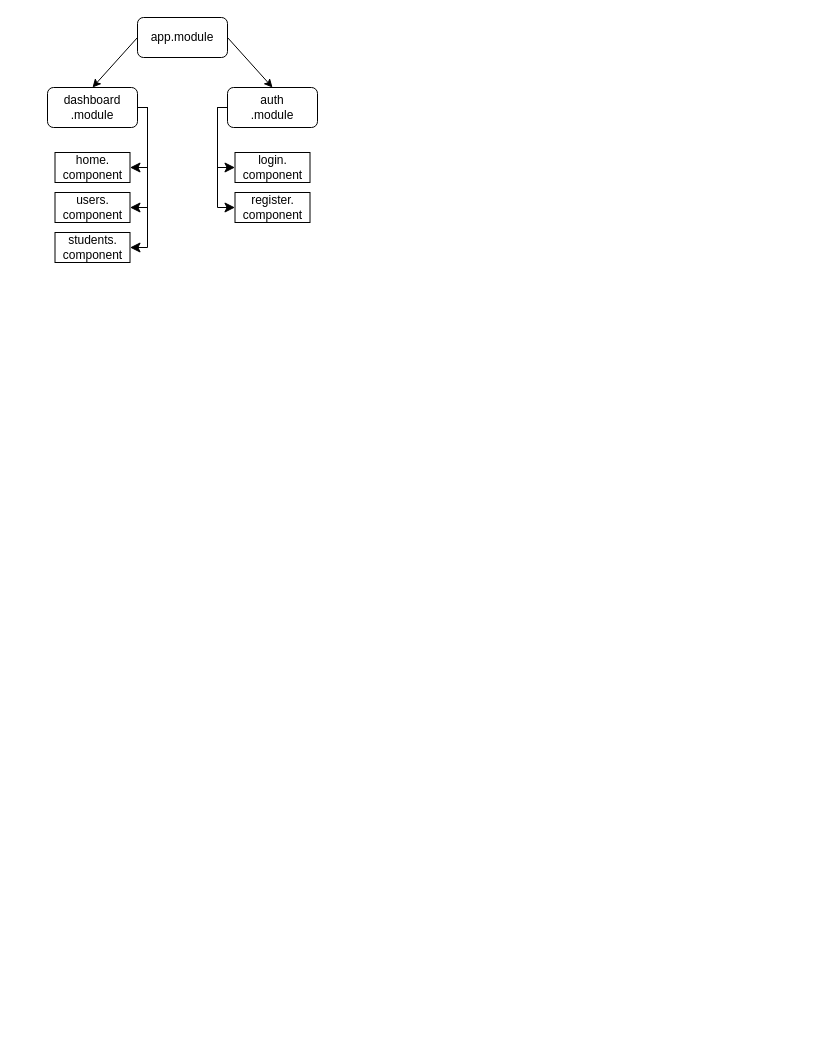
Earlier version of the draw.io diagram docs/structure.drawio (marianoalfonso/CollegeManager). Source tidied: cells renumbered, new cells numbered last; positions are measured from the earlier drawing's top-left corner, leaving out a move shared by most shapes. Both pictures are drawn from the tidied source at 100%, with x=0, y=0 at pixel (47, 17).
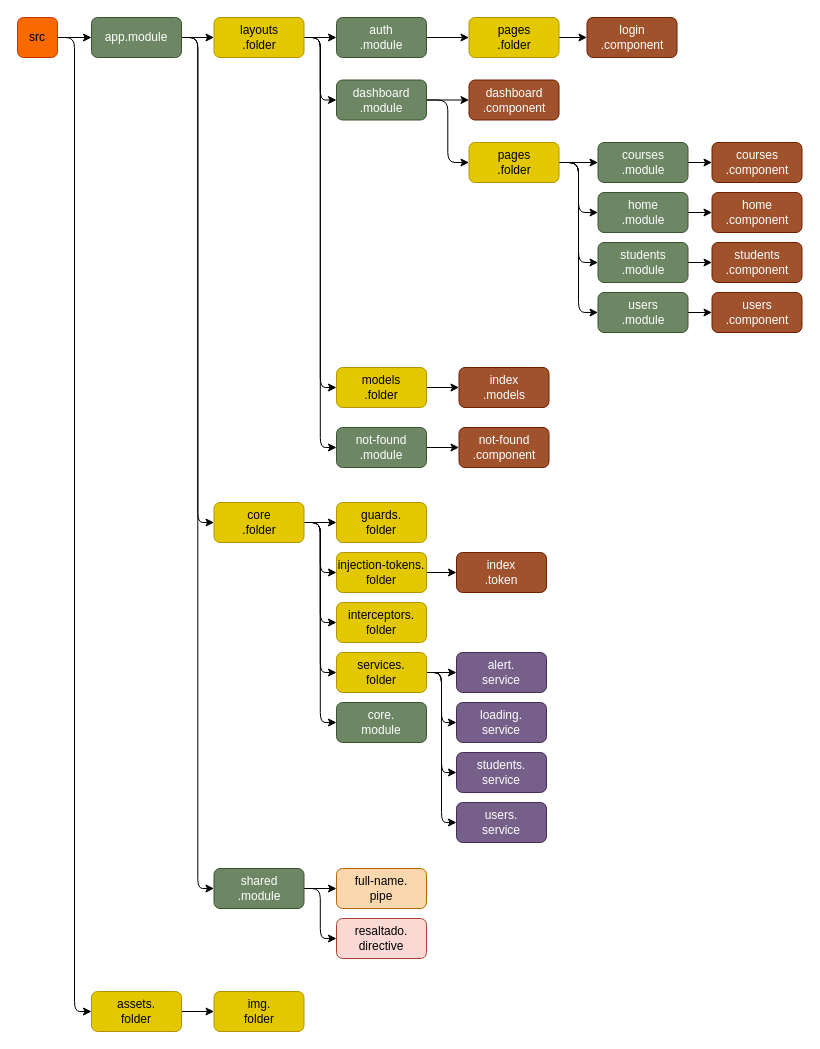
Above is the later version.

Commit message (it also covers changes not shown here):
unit testing

What changed in the source:
```diff
@@
-    <mxCell id="2" style="edgeStyle=none;html=1;exitX=0;exitY=0.5;exitDx=0;exitDy=0;entryX=0.5;entryY=0;entryDx=0;entryDy=0;" parent="1" edge="1" source="4" target="5">
-      <mxGeometry relative="1" as="geometry" />
-    </mxCell>
-    <mxCell id="3" style="edgeStyle=none;html=1;exitX=1;exitY=0.5;exitDx=0;exitDy=0;entryX=0.5;entryY=0;entryDx=0;entryDy=0;" parent="1" edge="1" source="4" target="6">
-      <mxGeometry relative="1" as="geometry" />
-    </mxCell>
+    <mxCell id="17" style="edgeStyle=orthogonalEdgeStyle;html=1;exitX=1;exitY=0.5;exitDx=0;exitDy=0;entryX=0;entryY=0.5;entryDx=0;entryDy=0;" parent="1" edge="1" source="4" target="33">
+      <mxGeometry relative="1" as="geometry" />
+    </mxCell>
+    <mxCell id="18" style="edgeStyle=orthogonalEdgeStyle;html=1;exitX=1;exitY=0.5;exitDx=0;exitDy=0;entryX=0;entryY=0.5;entryDx=0;entryDy=0;" parent="1" edge="1" source="4" target="28">
+      <mxGeometry relative="1" as="geometry" />
+    </mxCell>
+    <mxCell id="19" style="edgeStyle=orthogonalEdgeStyle;html=1;exitX=1;exitY=0.5;exitDx=0;exitDy=0;entryX=0;entryY=0.5;entryDx=0;entryDy=0;" parent="1" edge="1" source="4" target="77">
+      <mxGeometry relative="1" as="geometry" />
+    </mxCell>
-    <mxCell id="4" value="app.module" style="rounded=1;whiteSpace=wrap;html=1;" parent="1" vertex="1">
-      <mxGeometry x="90" width="90" height="40" as="geometry" />
+    <mxCell id="4" value="app.module" style="rounded=1;whiteSpace=wrap;html=1;fillColor=#6d8764;fontColor=#ffffff;strokeColor=#3A5431;" parent="1" vertex="1">
+      <mxGeometry x="44" width="90" height="40" as="geometry" />
     </mxCell>
+    <mxCell id="20" style="edgeStyle=orthogonalEdgeStyle;html=1;exitX=1;exitY=0.5;exitDx=0;exitDy=0;entryX=0;entryY=0.5;entryDx=0;entryDy=0;" parent="1" edge="1" source="5" target="42">
+      <mxGeometry relative="1" as="geometry" />
+    </mxCell>
+    <mxCell id="21" style="edgeStyle=orthogonalEdgeStyle;html=1;exitX=1;exitY=0.5;exitDx=0;exitDy=0;entryX=0;entryY=0.5;entryDx=0;entryDy=0;" parent="1" edge="1" source="5" target="41">
+      <mxGeometry relative="1" as="geometry" />
+    </mxCell>
-    <mxCell id="5" value="dashboard&lt;br&gt;.module" style="rounded=1;whiteSpace=wrap;html=1;" parent="1" vertex="1">
-      <mxGeometry y="70" width="90" height="40" as="geometry" />
+    <mxCell id="5" value="dashboard&lt;br&gt;.module" style="rounded=1;whiteSpace=wrap;html=1;fillColor=#6d8764;fontColor=#ffffff;strokeColor=#3A5431;" parent="1" vertex="1">
+      <mxGeometry x="289" y="62.5" width="90" height="40" as="geometry" />
     </mxCell>
+    <mxCell id="22" style="edgeStyle=orthogonalEdgeStyle;html=1;exitX=1;exitY=0.5;exitDx=0;exitDy=0;entryX=0;entryY=0.5;entryDx=0;entryDy=0;" parent="1" edge="1" source="6" target="35">
+      <mxGeometry relative="1" as="geometry" />
+    </mxCell>
-    <mxCell id="6" value="auth&lt;br&gt;.module" style="rounded=1;whiteSpace=wrap;html=1;" parent="1" vertex="1">
-      <mxGeometry x="180" y="70" width="90" height="40" as="geometry" />
+    <mxCell id="6" value="auth&lt;br&gt;.module" style="rounded=1;whiteSpace=wrap;html=1;fillColor=#6d8764;fontColor=#ffffff;strokeColor=#3A5431;" parent="1" vertex="1">
+      <mxGeometry x="289" width="90" height="40" as="geometry" />
     </mxCell>
-    <mxCell id="7" value="home.&lt;br&gt;component" style="rounded=0;whiteSpace=wrap;html=1;" parent="1" vertex="1">
-      <mxGeometry x="7.5" y="135" width="75" height="30" as="geometry" />
-    </mxCell>
-    <mxCell id="8" value="users.&lt;br&gt;component" style="rounded=0;whiteSpace=wrap;html=1;" parent="1" vertex="1">
-      <mxGeometry x="7.5" y="175" width="75" height="30" as="geometry" />
-    </mxCell>
-    <mxCell id="9" value="students.&lt;br&gt;component" style="rounded=0;whiteSpace=wrap;html=1;" parent="1" vertex="1">
-      <mxGeometry x="7.5" y="215" width="75" height="30" as="geometry" />
-    </mxCell>
-    <mxCell id="10" value="login.&lt;br&gt;component" style="rounded=0;whiteSpace=wrap;html=1;" parent="1" vertex="1">
-      <mxGeometry x="187.5" y="135" width="75" height="30" as="geometry" />
-    </mxCell>
-    <mxCell id="11" value="register.&lt;br&gt;component" style="rounded=0;whiteSpace=wrap;html=1;" parent="1" vertex="1">
-      <mxGeometry x="187.5" y="175" width="75" height="30" as="geometry" />
-    </mxCell>
-    <mxCell id="12" style="edgeStyle=elbowEdgeStyle;elbow=horizontal;endArrow=classic;html=1;curved=0;rounded=0;endSize=8;startSize=8;entryX=1;entryY=0.5;entryDx=0;entryDy=0;" parent="1" edge="1" target="9">
-      <mxGeometry relative="1" as="geometry">
-        <mxPoint x="90" y="90" as="sourcePoint" />
-        <Array as="points">
-          <mxPoint x="100" y="160" />
-        </Array>
-      </mxGeometry>
-    </mxCell>
-    <mxCell id="13" style="edgeStyle=elbowEdgeStyle;elbow=horizontal;endArrow=classic;html=1;curved=0;rounded=0;endSize=8;startSize=8;exitX=1;exitY=0.5;exitDx=0;exitDy=0;entryX=1;entryY=0.5;entryDx=0;entryDy=0;" parent="1" edge="1" source="5" target="8">
-      <mxGeometry relative="1" as="geometry">
-        <Array as="points">
-          <mxPoint x="100" y="120" />
-        </Array>
-      </mxGeometry>
-    </mxCell>
-    <mxCell id="14" style="edgeStyle=elbowEdgeStyle;elbow=horizontal;endArrow=classic;html=1;curved=0;rounded=0;endSize=8;startSize=8;exitX=1;exitY=0.5;exitDx=0;exitDy=0;entryX=1;entryY=0.5;entryDx=0;entryDy=0;" parent="1" edge="1" source="5" target="7">
-      <mxGeometry relative="1" as="geometry">
-        <Array as="points">
-          <mxPoint x="100" y="140" />
-        </Array>
-      </mxGeometry>
-    </mxCell>
-    <mxCell id="15" style="edgeStyle=elbowEdgeStyle;elbow=vertical;endArrow=classic;html=1;curved=0;rounded=0;endSize=8;startSize=8;exitX=0;exitY=0.5;exitDx=0;exitDy=0;entryX=0;entryY=0.5;entryDx=0;entryDy=0;" parent="1" edge="1" source="6" target="11">
-      <mxGeometry relative="1" as="geometry">
-        <Array as="points">
-          <mxPoint x="170" y="140" />
-        </Array>
-      </mxGeometry>
-    </mxCell>
-    <mxCell id="16" style="edgeStyle=elbowEdgeStyle;elbow=horizontal;endArrow=classic;html=1;curved=0;rounded=0;endSize=8;startSize=8;exitX=0;exitY=0.5;exitDx=0;exitDy=0;entryX=0;entryY=0.5;entryDx=0;entryDy=0;" parent="1" edge="1" source="6" target="10">
-      <mxGeometry relative="1" as="geometry">
-        <Array as="points">
-          <mxPoint x="170" y="130" />
-        </Array>
-      </mxGeometry>
-    </mxCell>
+    <mxCell id="23" style="edgeStyle=orthogonalEdgeStyle;html=1;exitX=1;exitY=0.5;exitDx=0;exitDy=0;entryX=0;entryY=0.5;entryDx=0;entryDy=0;" parent="1" edge="1" source="28" target="61">
+      <mxGeometry relative="1" as="geometry" />
+    </mxCell>
+    <mxCell id="24" style="edgeStyle=orthogonalEdgeStyle;html=1;exitX=1;exitY=0.5;exitDx=0;exitDy=0;entryX=0;entryY=0.5;entryDx=0;entryDy=0;" parent="1" edge="1" source="28" target="63">
+      <mxGeometry relative="1" as="geometry" />
+    </mxCell>
+    <mxCell id="25" style="edgeStyle=orthogonalEdgeStyle;html=1;exitX=1;exitY=0.5;exitDx=0;exitDy=0;entryX=0;entryY=0.5;entryDx=0;entryDy=0;" parent="1" edge="1" source="28" target="64">
+      <mxGeometry relative="1" as="geometry" />
+    </mxCell>
+    <mxCell id="26" style="edgeStyle=orthogonalEdgeStyle;html=1;exitX=1;exitY=0.5;exitDx=0;exitDy=0;entryX=0;entryY=0.5;entryDx=0;entryDy=0;" parent="1" edge="1" source="28" target="69">
+      <mxGeometry relative="1" as="geometry" />
+    </mxCell>
+    <mxCell id="27" style="edgeStyle=orthogonalEdgeStyle;html=1;exitX=1;exitY=0.5;exitDx=0;exitDy=0;entryX=0;entryY=0.5;entryDx=0;entryDy=0;fontColor=#000000;" parent="1" edge="1" source="28" target="86">
+      <mxGeometry relative="1" as="geometry" />
+    </mxCell>
+    <mxCell id="28" value="core&lt;br&gt;.folder" style="rounded=1;whiteSpace=wrap;html=1;fillColor=#e3c800;fontColor=#000000;strokeColor=#B09500;" parent="1" vertex="1">
+      <mxGeometry x="166.5" y="485" width="90" height="40" as="geometry" />
+    </mxCell>
+    <mxCell id="29" style="edgeStyle=orthogonalEdgeStyle;html=1;exitX=1;exitY=0.5;exitDx=0;exitDy=0;entryX=0;entryY=0.5;entryDx=0;entryDy=0;" parent="1" edge="1" source="33" target="6">
+      <mxGeometry relative="1" as="geometry" />
+    </mxCell>
+    <mxCell id="30" style="edgeStyle=orthogonalEdgeStyle;html=1;exitX=1;exitY=0.5;exitDx=0;exitDy=0;entryX=0;entryY=0.5;entryDx=0;entryDy=0;" parent="1" edge="1" source="33" target="5">
+      <mxGeometry relative="1" as="geometry" />
+    </mxCell>
+    <mxCell id="31" style="edgeStyle=orthogonalEdgeStyle;html=1;exitX=1;exitY=0.5;exitDx=0;exitDy=0;entryX=0;entryY=0.5;entryDx=0;entryDy=0;" parent="1" edge="1" source="33" target="56">
+      <mxGeometry relative="1" as="geometry" />
+    </mxCell>
+    <mxCell id="32" style="edgeStyle=orthogonalEdgeStyle;html=1;exitX=1;exitY=0.5;exitDx=0;exitDy=0;entryX=0;entryY=0.5;entryDx=0;entryDy=0;" parent="1" edge="1" source="33" target="59">
+      <mxGeometry relative="1" as="geometry" />
+    </mxCell>
+    <mxCell id="33" value="layouts&lt;br&gt;.folder" style="rounded=1;whiteSpace=wrap;html=1;fillColor=#e3c800;fontColor=#000000;strokeColor=#B09500;" parent="1" vertex="1">
+      <mxGeometry x="166.5" width="90" height="40" as="geometry" />
+    </mxCell>
+    <mxCell id="34" style="edgeStyle=orthogonalEdgeStyle;html=1;entryX=0;entryY=0.5;entryDx=0;entryDy=0;exitX=1;exitY=0.5;exitDx=0;exitDy=0;" parent="1" edge="1" source="35" target="36">
+      <mxGeometry relative="1" as="geometry" />
+    </mxCell>
+    <mxCell id="35" value="pages&lt;br&gt;.folder" style="rounded=1;whiteSpace=wrap;html=1;fillColor=#e3c800;fontColor=#000000;strokeColor=#B09500;" parent="1" vertex="1">
+      <mxGeometry x="421.5" width="90" height="40" as="geometry" />
+    </mxCell>
+    <mxCell id="36" value="login&lt;br&gt;.component" style="rounded=1;whiteSpace=wrap;html=1;fillColor=#a0522d;fontColor=#ffffff;strokeColor=#6D1F00;" parent="1" vertex="1">
+      <mxGeometry x="539.5" width="90" height="40" as="geometry" />
+    </mxCell>
+    <mxCell id="37" style="edgeStyle=orthogonalEdgeStyle;html=1;exitX=1;exitY=0.5;exitDx=0;exitDy=0;entryX=0;entryY=0.5;entryDx=0;entryDy=0;" parent="1" edge="1" source="41" target="45">
+      <mxGeometry relative="1" as="geometry" />
+    </mxCell>
+    <mxCell id="38" style="edgeStyle=orthogonalEdgeStyle;html=1;exitX=1;exitY=0.5;exitDx=0;exitDy=0;entryX=0;entryY=0.5;entryDx=0;entryDy=0;" parent="1" edge="1" source="41" target="48">
+      <mxGeometry relative="1" as="geometry" />
+    </mxCell>
+    <mxCell id="39" style="edgeStyle=orthogonalEdgeStyle;html=1;exitX=1;exitY=0.5;exitDx=0;exitDy=0;entryX=0;entryY=0.5;entryDx=0;entryDy=0;" parent="1" edge="1" source="41" target="51">
+      <mxGeometry relative="1" as="geometry" />
+    </mxCell>
+    <mxCell id="40" style="edgeStyle=orthogonalEdgeStyle;html=1;exitX=1;exitY=0.5;exitDx=0;exitDy=0;entryX=0;entryY=0.5;entryDx=0;entryDy=0;" parent="1" edge="1" source="41" target="54">
+      <mxGeometry relative="1" as="geometry" />
+    </mxCell>
+    <mxCell id="41" value="pages&lt;br&gt;.folder" style="rounded=1;whiteSpace=wrap;html=1;fillColor=#e3c800;fontColor=#000000;strokeColor=#B09500;" parent="1" vertex="1">
+      <mxGeometry x="421.5" y="125" width="90" height="40" as="geometry" />
+    </mxCell>
+    <mxCell id="42" value="dashboard&lt;br&gt;.component" style="rounded=1;whiteSpace=wrap;html=1;fillColor=#a0522d;fontColor=#ffffff;strokeColor=#6D1F00;" parent="1" vertex="1">
+      <mxGeometry x="421.5" y="62.5" width="90" height="40" as="geometry" />
+    </mxCell>
+    <mxCell id="43" value="courses&lt;br&gt;.component" style="rounded=1;whiteSpace=wrap;html=1;fillColor=#a0522d;fontColor=#ffffff;strokeColor=#6D1F00;" parent="1" vertex="1">
+      <mxGeometry x="664.5" y="125" width="90" height="40" as="geometry" />
+    </mxCell>
+    <mxCell id="44" style="edgeStyle=orthogonalEdgeStyle;html=1;exitX=1;exitY=0.5;exitDx=0;exitDy=0;entryX=0;entryY=0.5;entryDx=0;entryDy=0;" parent="1" edge="1" source="45" target="43">
+      <mxGeometry relative="1" as="geometry" />
+    </mxCell>
+    <mxCell id="45" value="courses&lt;br&gt;.module" style="rounded=1;whiteSpace=wrap;html=1;fillColor=#6d8764;fontColor=#ffffff;strokeColor=#3A5431;" parent="1" vertex="1">
+      <mxGeometry x="550.5" y="125" width="90" height="40" as="geometry" />
+    </mxCell>
+    <mxCell id="46" value="home&lt;br&gt;.component" style="rounded=1;whiteSpace=wrap;html=1;fillColor=#a0522d;fontColor=#ffffff;strokeColor=#6D1F00;" parent="1" vertex="1">
+      <mxGeometry x="664.5" y="175" width="90" height="40" as="geometry" />
+    </mxCell>
+    <mxCell id="47" style="edgeStyle=orthogonalEdgeStyle;html=1;exitX=1;exitY=0.5;exitDx=0;exitDy=0;entryX=0;entryY=0.5;entryDx=0;entryDy=0;" parent="1" edge="1" source="48" target="46">
+      <mxGeometry relative="1" as="geometry" />
+    </mxCell>
+    <mxCell id="48" value="home&lt;br&gt;.module" style="rounded=1;whiteSpace=wrap;html=1;fillColor=#6d8764;fontColor=#ffffff;strokeColor=#3A5431;" parent="1" vertex="1">
+      <mxGeometry x="550.5" y="175" width="90" height="40" as="geometry" />
+    </mxCell>
+    <mxCell id="49" value="students&lt;br&gt;.component" style="rounded=1;whiteSpace=wrap;html=1;fillColor=#a0522d;fontColor=#ffffff;strokeColor=#6D1F00;" parent="1" vertex="1">
+      <mxGeometry x="664.5" y="225" width="90" height="40" as="geometry" />
+    </mxCell>
+    <mxCell id="50" style="edgeStyle=orthogonalEdgeStyle;html=1;exitX=1;exitY=0.5;exitDx=0;exitDy=0;entryX=0;entryY=0.5;entryDx=0;entryDy=0;" parent="1" edge="1" source="51" target="49">
+      <mxGeometry relative="1" as="geometry" />
+    </mxCell>
+    <mxCell id="51" value="students&lt;br&gt;.module" style="rounded=1;whiteSpace=wrap;html=1;fillColor=#6d8764;fontColor=#ffffff;strokeColor=#3A5431;" parent="1" vertex="1">
+      <mxGeometry x="550.5" y="225" width="90" height="40" as="geometry" />
+    </mxCell>
+    <mxCell id="52" value="users&lt;br&gt;.component" style="rounded=1;whiteSpace=wrap;html=1;fillColor=#a0522d;fontColor=#ffffff;strokeColor=#6D1F00;" parent="1" vertex="1">
+      <mxGeometry x="664.5" y="275" width="90" height="40" as="geometry" />
+    </mxCell>
+    <mxCell id="53" style="edgeStyle=orthogonalEdgeStyle;html=1;exitX=1;exitY=0.5;exitDx=0;exitDy=0;entryX=0;entryY=0.5;entryDx=0;entryDy=0;" parent="1" edge="1" source="54" target="52">
+      <mxGeometry relative="1" as="geometry" />
+    </mxCell>
+    <mxCell id="54" value="users&lt;br&gt;.module" style="rounded=1;whiteSpace=wrap;html=1;fillColor=#6d8764;fontColor=#ffffff;strokeColor=#3A5431;" parent="1" vertex="1">
+      <mxGeometry x="550.5" y="275" width="90" height="40" as="geometry" />
+    </mxCell>
+    <mxCell id="55" style="edgeStyle=orthogonalEdgeStyle;html=1;exitX=1;exitY=0.5;exitDx=0;exitDy=0;entryX=0;entryY=0.5;entryDx=0;entryDy=0;" parent="1" edge="1" source="56" target="57">
+      <mxGeometry relative="1" as="geometry" />
+    </mxCell>
+    <mxCell id="56" value="models&lt;br&gt;.folder" style="rounded=1;whiteSpace=wrap;html=1;fillColor=#e3c800;fontColor=#000000;strokeColor=#B09500;" parent="1" vertex="1">
+      <mxGeometry x="289" y="350" width="90" height="40" as="geometry" />
+    </mxCell>
+    <mxCell id="57" value="index&lt;br&gt;.models" style="rounded=1;whiteSpace=wrap;html=1;fillColor=#a0522d;fontColor=#ffffff;strokeColor=#6D1F00;" parent="1" vertex="1">
+      <mxGeometry x="411.5" y="350" width="90" height="40" as="geometry" />
+    </mxCell>
+    <mxCell id="58" style="edgeStyle=orthogonalEdgeStyle;html=1;exitX=1;exitY=0.5;exitDx=0;exitDy=0;entryX=0;entryY=0.5;entryDx=0;entryDy=0;" parent="1" edge="1" source="59" target="60">
+      <mxGeometry relative="1" as="geometry" />
+    </mxCell>
+    <mxCell id="59" value="not-found&lt;br&gt;.module" style="rounded=1;whiteSpace=wrap;html=1;fillColor=#6d8764;fontColor=#ffffff;strokeColor=#3A5431;" parent="1" vertex="1">
+      <mxGeometry x="289" y="410" width="90" height="40" as="geometry" />
+    </mxCell>
+    <mxCell id="60" value="not-found&lt;br&gt;.component" style="rounded=1;whiteSpace=wrap;html=1;fillColor=#a0522d;fontColor=#ffffff;strokeColor=#6D1F00;" parent="1" vertex="1">
+      <mxGeometry x="411.5" y="410" width="90" height="40" as="geometry" />
+    </mxCell>
+    <mxCell id="61" value="guards.&lt;br&gt;folder" style="rounded=1;whiteSpace=wrap;html=1;fillColor=#e3c800;fontColor=#000000;strokeColor=#B09500;" parent="1" vertex="1">
+      <mxGeometry x="289" y="485" width="90" height="40" as="geometry" />
+    </mxCell>
+    <mxCell id="62" style="edgeStyle=orthogonalEdgeStyle;html=1;exitX=1;exitY=0.5;exitDx=0;exitDy=0;" parent="1" edge="1" source="63" target="70">
+      <mxGeometry relative="1" as="geometry" />
+    </mxCell>
+    <mxCell id="63" value="injection-tokens.&lt;br&gt;folder" style="rounded=1;whiteSpace=wrap;html=1;fillColor=#e3c800;fontColor=#000000;strokeColor=#B09500;" parent="1" vertex="1">
+      <mxGeometry x="289" y="535" width="90" height="40" as="geometry" />
+    </mxCell>
+    <mxCell id="64" value="interceptors. folder" style="rounded=1;whiteSpace=wrap;html=1;fillColor=#e3c800;fontColor=#000000;strokeColor=#B09500;" parent="1" vertex="1">
+      <mxGeometry x="289" y="585" width="90" height="40" as="geometry" />
+    </mxCell>
+    <mxCell id="65" style="edgeStyle=orthogonalEdgeStyle;html=1;exitX=1;exitY=0.5;exitDx=0;exitDy=0;entryX=0;entryY=0.5;entryDx=0;entryDy=0;" parent="1" edge="1" source="69" target="71">
+      <mxGeometry relative="1" as="geometry" />
+    </mxCell>
+    <mxCell id="66" style="edgeStyle=orthogonalEdgeStyle;html=1;exitX=1;exitY=0.5;exitDx=0;exitDy=0;entryX=0;entryY=0.5;entryDx=0;entryDy=0;" parent="1" edge="1" source="69" target="72">
+      <mxGeometry relative="1" as="geometry" />
+    </mxCell>
+    <mxCell id="67" style="edgeStyle=orthogonalEdgeStyle;html=1;exitX=1;exitY=0.5;exitDx=0;exitDy=0;entryX=0;entryY=0.5;entryDx=0;entryDy=0;" parent="1" edge="1" source="69" target="73">
+      <mxGeometry relative="1" as="geometry" />
+    </mxCell>
+    <mxCell id="68" style="edgeStyle=orthogonalEdgeStyle;html=1;exitX=1;exitY=0.5;exitDx=0;exitDy=0;entryX=0;entryY=0.5;entryDx=0;entryDy=0;" parent="1" edge="1" source="69" target="74">
+      <mxGeometry relative="1" as="geometry" />
+    </mxCell>
+    <mxCell id="69" value="services.&lt;br&gt;folder" style="rounded=1;whiteSpace=wrap;html=1;fillColor=#e3c800;fontColor=#000000;strokeColor=#B09500;" parent="1" vertex="1">
+      <mxGeometry x="289" y="635" width="90" height="40" as="geometry" />
+    </mxCell>
+    <mxCell id="70" value="index&lt;br&gt;.token" style="rounded=1;whiteSpace=wrap;html=1;fillColor=#a0522d;fontColor=#ffffff;strokeColor=#6D1F00;" parent="1" vertex="1">
+      <mxGeometry x="409" y="535" width="90" height="40" as="geometry" />
+    </mxCell>
+    <mxCell id="71" value="alert.&lt;br&gt;service" style="rounded=1;whiteSpace=wrap;html=1;fillColor=#76608a;fontColor=#ffffff;strokeColor=#432D57;" parent="1" vertex="1">
+      <mxGeometry x="409" y="635" width="90" height="40" as="geometry" />
+    </mxCell>
+    <mxCell id="72" value="loading.&lt;br&gt;service" style="rounded=1;whiteSpace=wrap;html=1;fillColor=#76608a;fontColor=#ffffff;strokeColor=#432D57;" parent="1" vertex="1">
+      <mxGeometry x="409" y="685" width="90" height="40" as="geometry" />
+    </mxCell>
+    <mxCell id="73" value="students.&lt;br&gt;service" style="rounded=1;whiteSpace=wrap;html=1;fillColor=#76608a;fontColor=#ffffff;strokeColor=#432D57;" parent="1" vertex="1">
+      <mxGeometry x="409" y="735" width="90" height="40" as="geometry" />
+    </mxCell>
+    <mxCell id="74" value="users.&lt;br&gt;service" style="rounded=1;whiteSpace=wrap;html=1;fillColor=#76608a;fontColor=#ffffff;strokeColor=#432D57;" parent="1" vertex="1">
+      <mxGeometry x="409" y="785" width="90" height="40" as="geometry" />
+    </mxCell>
+    <mxCell id="75" style="edgeStyle=orthogonalEdgeStyle;html=1;exitX=1;exitY=0.5;exitDx=0;exitDy=0;entryX=0;entryY=0.5;entryDx=0;entryDy=0;fontColor=#000000;" parent="1" edge="1" source="77" target="78">
+      <mxGeometry relative="1" as="geometry" />
+    </mxCell>
+    <mxCell id="76" style="edgeStyle=orthogonalEdgeStyle;html=1;exitX=1;exitY=0.5;exitDx=0;exitDy=0;entryX=0;entryY=0.5;entryDx=0;entryDy=0;fontColor=#000000;" parent="1" edge="1" source="77" target="79">
+      <mxGeometry relative="1" as="geometry" />
+    </mxCell>
+    <mxCell id="77" value="shared&lt;br&gt;.module" style="rounded=1;whiteSpace=wrap;html=1;fillColor=#6d8764;fontColor=#ffffff;strokeColor=#3A5431;" parent="1" vertex="1">
+      <mxGeometry x="166.5" y="851" width="90" height="40" as="geometry" />
+    </mxCell>
+    <mxCell id="78" value="full-name.&lt;br&gt;pipe" style="rounded=1;whiteSpace=wrap;html=1;fillColor=#fad7ac;strokeColor=#b46504;fontColor=#000000;" parent="1" vertex="1">
+      <mxGeometry x="289" y="851" width="90" height="40" as="geometry" />
+    </mxCell>
+    <mxCell id="79" value="resaltado.&lt;br&gt;directive" style="rounded=1;whiteSpace=wrap;html=1;fillColor=#fad9d5;strokeColor=#ae4132;fontColor=#000000;" parent="1" vertex="1">
+      <mxGeometry x="289" y="901" width="90" height="40" as="geometry" />
+    </mxCell>
+    <mxCell id="80" style="edgeStyle=orthogonalEdgeStyle;html=1;exitX=1;exitY=0.5;exitDx=0;exitDy=0;fontColor=#000000;" parent="1" edge="1" source="81" target="82">
+      <mxGeometry relative="1" as="geometry" />
+    </mxCell>
+    <mxCell id="81" value="assets.&lt;br&gt;folder" style="rounded=1;whiteSpace=wrap;html=1;fillColor=#e3c800;fontColor=#000000;strokeColor=#B09500;" parent="1" vertex="1">
+      <mxGeometry x="44" y="974" width="90" height="40" as="geometry" />
+    </mxCell>
+    <mxCell id="82" value="img.&lt;br&gt;folder" style="rounded=1;whiteSpace=wrap;html=1;fillColor=#e3c800;fontColor=#000000;strokeColor=#B09500;" parent="1" vertex="1">
+      <mxGeometry x="166.5" y="974" width="90" height="40" as="geometry" />
+    </mxCell>
+    <mxCell id="83" style="edgeStyle=orthogonalEdgeStyle;html=1;exitX=1;exitY=0.5;exitDx=0;exitDy=0;fontColor=#000000;" parent="1" edge="1" source="85" target="4">
+      <mxGeometry relative="1" as="geometry" />
+    </mxCell>
+    <mxCell id="84" style="edgeStyle=orthogonalEdgeStyle;html=1;exitX=1;exitY=0.5;exitDx=0;exitDy=0;entryX=0;entryY=0.5;entryDx=0;entryDy=0;fontColor=#000000;" parent="1" edge="1" source="85" target="81">
+      <mxGeometry relative="1" as="geometry" />
+    </mxCell>
+    <mxCell id="85" value="src" style="rounded=1;whiteSpace=wrap;html=1;fillColor=#fa6800;fontColor=#000000;strokeColor=#C73500;" parent="1" vertex="1">
+      <mxGeometry x="-30" width="40" height="40" as="geometry" />
+    </mxCell>
+    <mxCell id="86" value="core.&lt;br&gt;module" style="rounded=1;whiteSpace=wrap;html=1;fillColor=#6d8764;fontColor=#ffffff;strokeColor=#3A5431;" parent="1" vertex="1">
+      <mxGeometry x="289" y="685" width="90" height="40" as="geometry" />
+    </mxCell>
```
